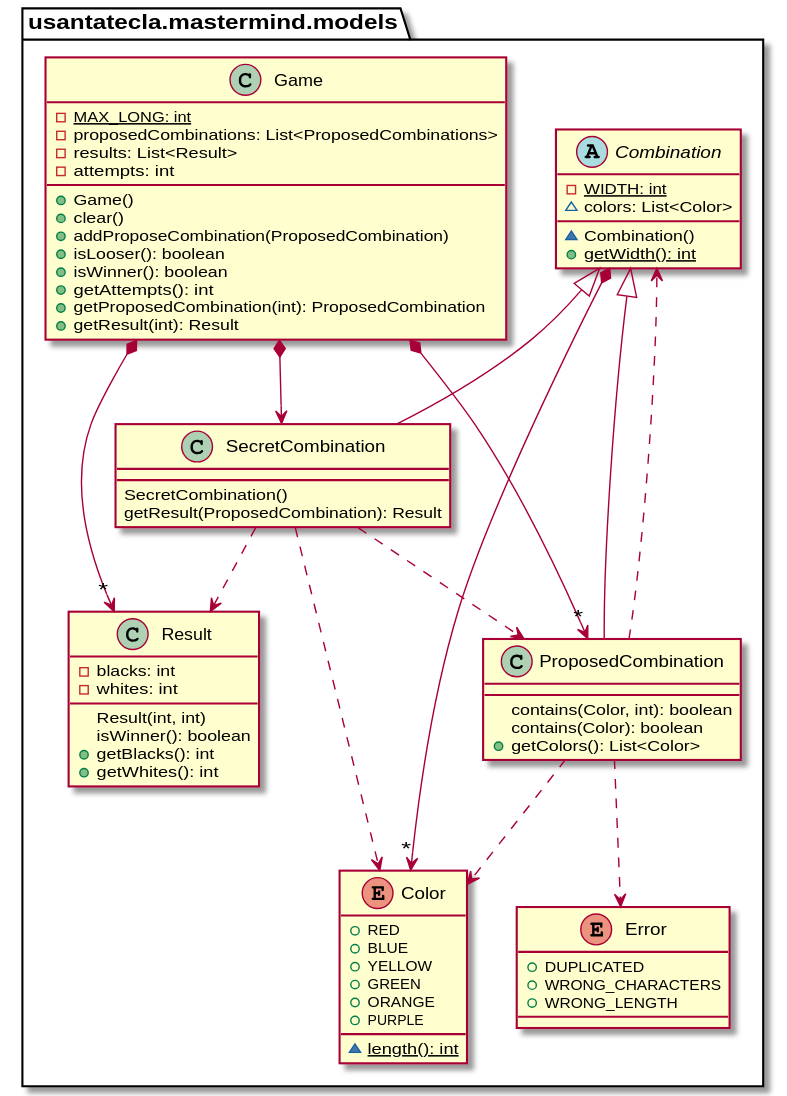
This is documentView/withFactoryMethod/docs/diagrams/out/paquetes/mastermind.models.svg from SantaTecla-mastermind/solution.java.swing.socket.sql, a PlantUML export, as it was before one commit.
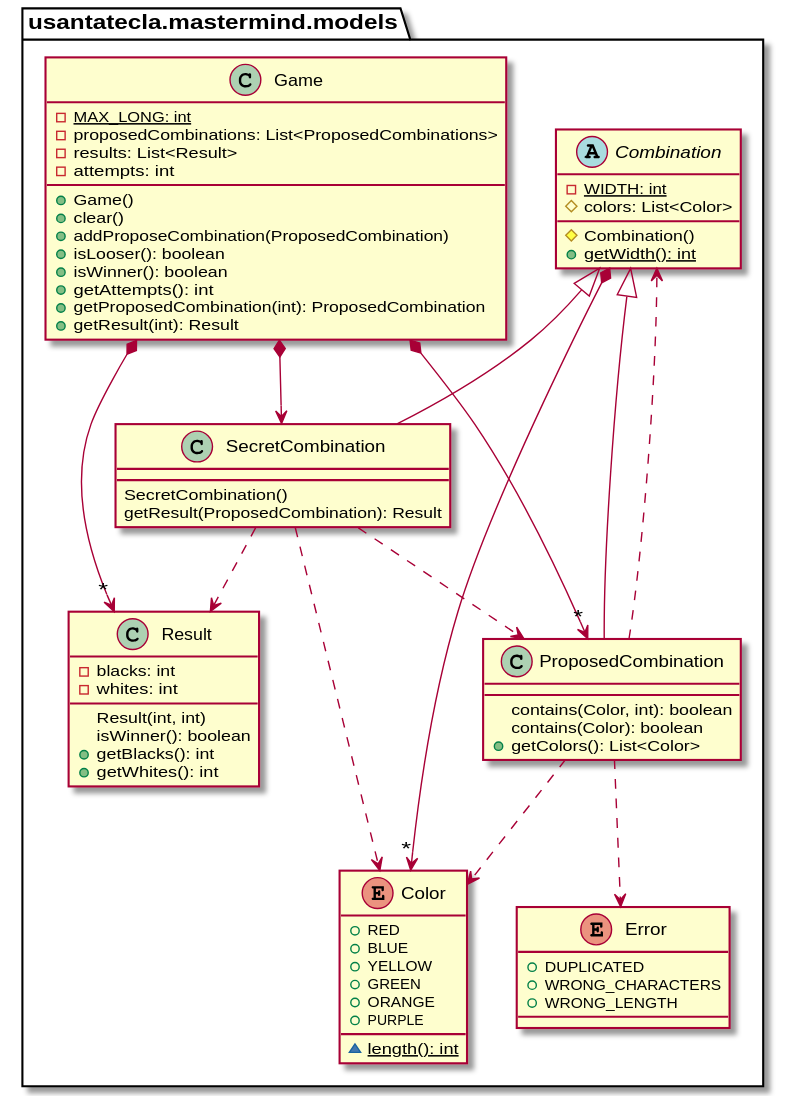
After the change.

Change to the diagram source:
```diff
@@ -11,8 +11,8 @@
 
 abstract class usantatecla.mastermind.models.Combination {
 - {static} WIDTH: int
-~ colors: List<Color>
-~ Combination()
+# colors: List<Color>
+# Combination()
 + {static} getWidth(): int
 }
 usantatecla.mastermind.models.Combination *-down-> "*" usantatecla.mastermind.models.Color
```
